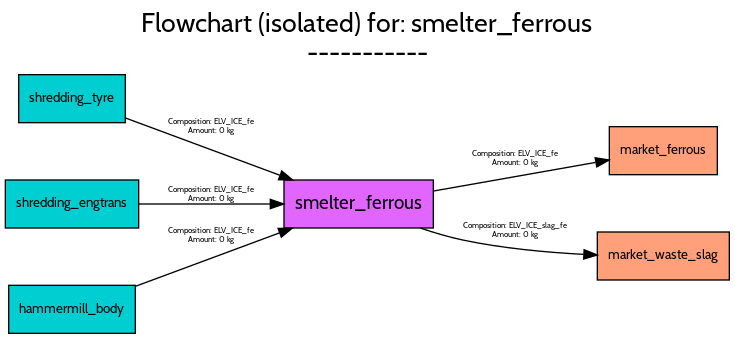
Before: src/examples/ELV/figures/flowcharts/processes/png/smelter_ferrous.png, a diagram exported from Graphviz (FutuRaM-Project/Recovery-Model). Its source is kept beside it as src/examples/ELV/figures/flowcharts/processes/dot/smelter_ferrous.dot.
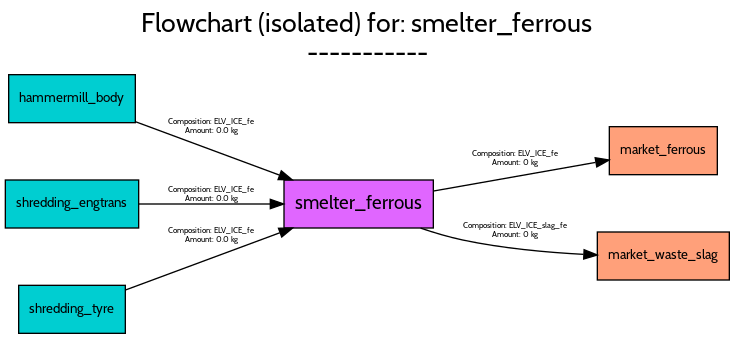
Later version of the same file.

Diff of the diagram source:
```diff
@@ -53,21 +53,21 @@
 Amount: 0 kg",
 		lp="382.5,77",
 		pos="e,443.91,58.749 311.46,78.895 321.69,75.43 332.61,72.201 343,70 372.48,63.758 405.85,60.707 433.58,59.238"];
-	shredding_tyre	[fillcolor=darkturquoise,
+	hammermill_body	[fillcolor=darkturquoise,
 		fontname=Cabin,
 		fontsize=10,
 		height=0.5,
 		pos="50,176",
 		shape=box,
 		style=filled,
-		width=1.1111];
-	shredding_tyre -> smelter_ferrous	[color=black,
+		width=1.3194];
+	hammermill_body -> smelter_ferrous	[color=black,
 		fontname=Cabin,
 		fontsize=6,
 		label="Composition: ELV_ICE_fe
-Amount: 0 kg",
+Amount: 0.0 kg",
 		lp="154.5,155",
-		pos="e,215.46,115 90.067,161.51 122.48,149.49 169.05,132.22 205.85,118.57"];
+		pos="e,215.15,115.12 97.744,158.66 129.4,146.92 171.47,131.32 205.36,118.75"];
 	shredding_engtrans	[fillcolor=darkturquoise,
 		fontname=Cabin,
 		fontsize=10,
@@ -80,22 +80,22 @@
 		fontname=Cabin,
 		fontsize=6,
 		label="Composition: ELV_ICE_fe
-Amount: 0 kg",
+Amount: 0.0 kg",
 		lp="154.5,104",
 		pos="e,208.74,97 100.13,97 129.4,97 166.91,97 198.65,97"];
-	hammermill_body	[fillcolor=darkturquoise,
+	shredding_tyre	[fillcolor=darkturquoise,
 		fontname=Cabin,
 		fontsize=10,
 		height=0.5,
 		pos="50,18",
 		shape=box,
 		style=filled,
-		width=1.3194];
-	hammermill_body -> smelter_ferrous	[color=black,
+		width=1.1111];
+	shredding_tyre -> smelter_ferrous	[color=black,
 		fontname=Cabin,
 		fontsize=6,
 		label="Composition: ELV_ICE_fe
-Amount: 0 kg",
+Amount: 0.0 kg",
 		lp="154.5,73",
-		pos="e,215.15,78.88 97.744,35.337 129.4,47.077 171.47,62.68 205.36,75.252"];
+		pos="e,215.46,78.996 90.067,32.49 122.48,44.512 169.05,61.784 205.85,75.431"];
 }
```
